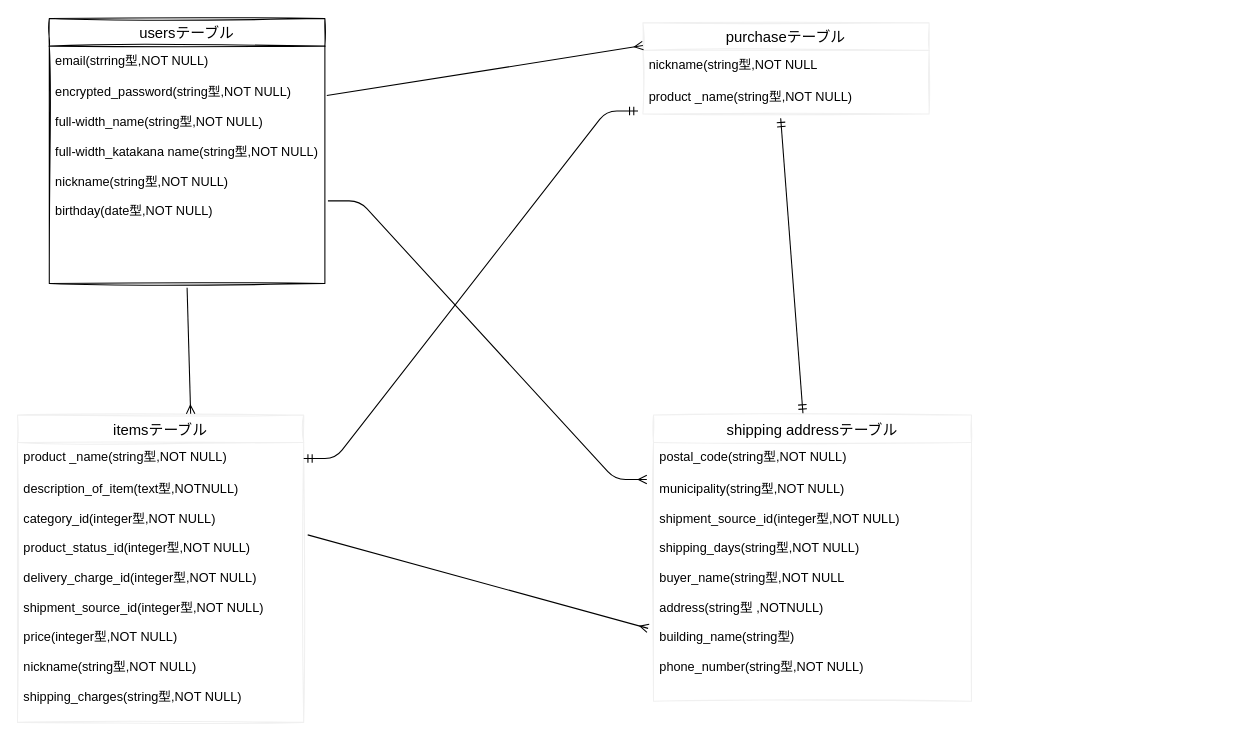
Earlier version of the draw.io diagram test.dio (ittetu981/furima-35865). Source tidied: cells renumbered, new cells numbered last; positions are measured from the earlier drawing's top-left corner, leaving out a move shared by most shapes. Both pictures are drawn from the tidied source at 106%, with x=0, y=0 at pixel (17, 18).
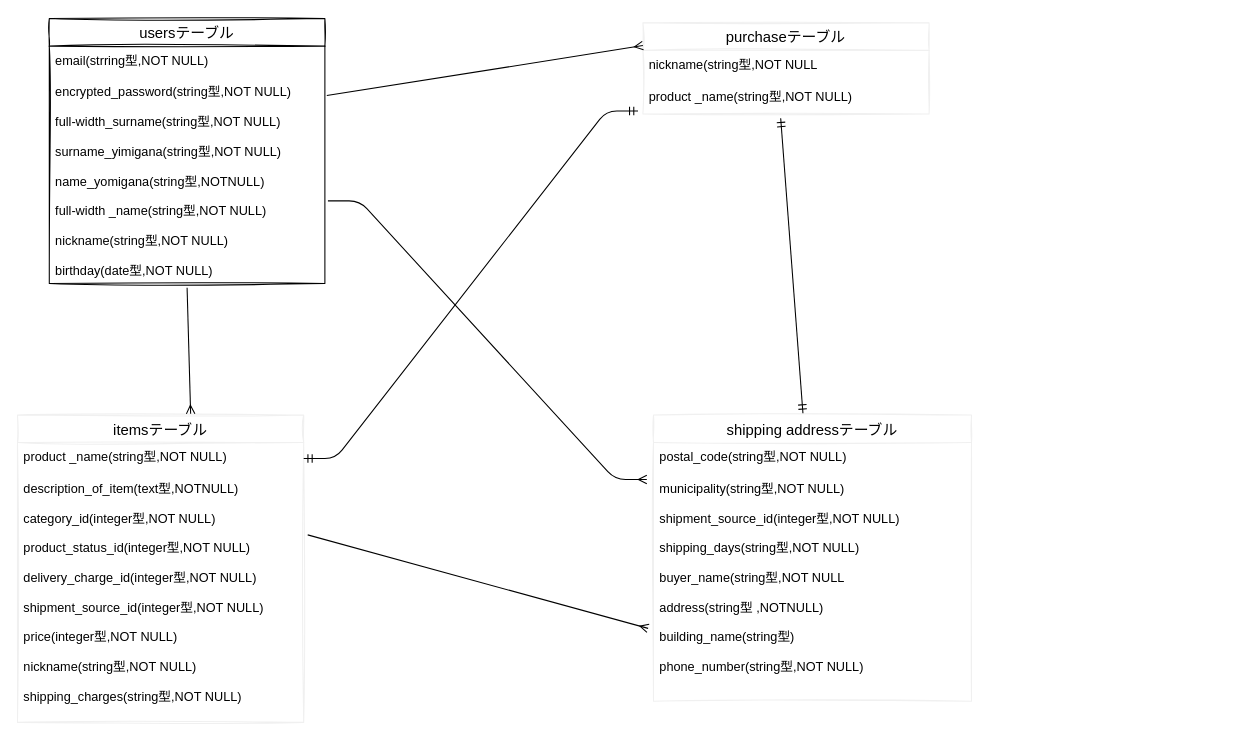
The same page after the edit.

Commit message:
データベース設計：追加修正

The change refers to these unchanged cells:
```xml
<mxCell id="2" value="usersテーブル" style="swimlane;fontStyle=0;horizontal=1;startSize=26;align=center;fontSize=14;sketch=1;" parent="1" vertex="1">
  <mxGeometry x="30" width="260" height="250" as="geometry" />
</mxCell>
```

The edit, as a diff of the source:
```diff
@@
-    <mxCell id="4" value="encrypted_password(string型,NOT NULL)&#10;&#10;full-width_name(string型,NOT NULL)&#10;&#10;full-width_katakana name(string型,NOT NULL)&#10;&#10;nickname(string型,NOT NULL)&#10;&#10;birthday(date型,NOT NULL)&#10;&#10;&#10;&#10;&#10;&#10;" style="text;strokeColor=none;fillColor=none;spacingLeft=4;spacingRight=4;overflow=hidden;points=[[0,0.5],[1,0.5]];portConstraint=eastwest;fontSize=12;" parent="2" vertex="1">
+    <mxCell id="4" value="encrypted_password(string型,NOT NULL)&#10;&#10;full-width_surname(string型,NOT NULL)&#10;&#10;surname_yimigana(string型,NOT NULL)&#10;&#10;name_yomigana(string型,NOTNULL)&#10;&#10;full-width _name(string型,NOT NULL)&#10;&#10;nickname(string型,NOT NULL)&#10;&#10;birthday(date型,NOT NULL)&#10;&#10;&#10;&#10;&#10;&#10;" style="text;strokeColor=none;fillColor=none;spacingLeft=4;spacingRight=4;overflow=hidden;points=[[0,0.5],[1,0.5]];portConstraint=eastwest;fontSize=12;" parent="2" vertex="1">
       <mxGeometry y="56" width="260" height="194" as="geometry" />
     </mxCell>
```
